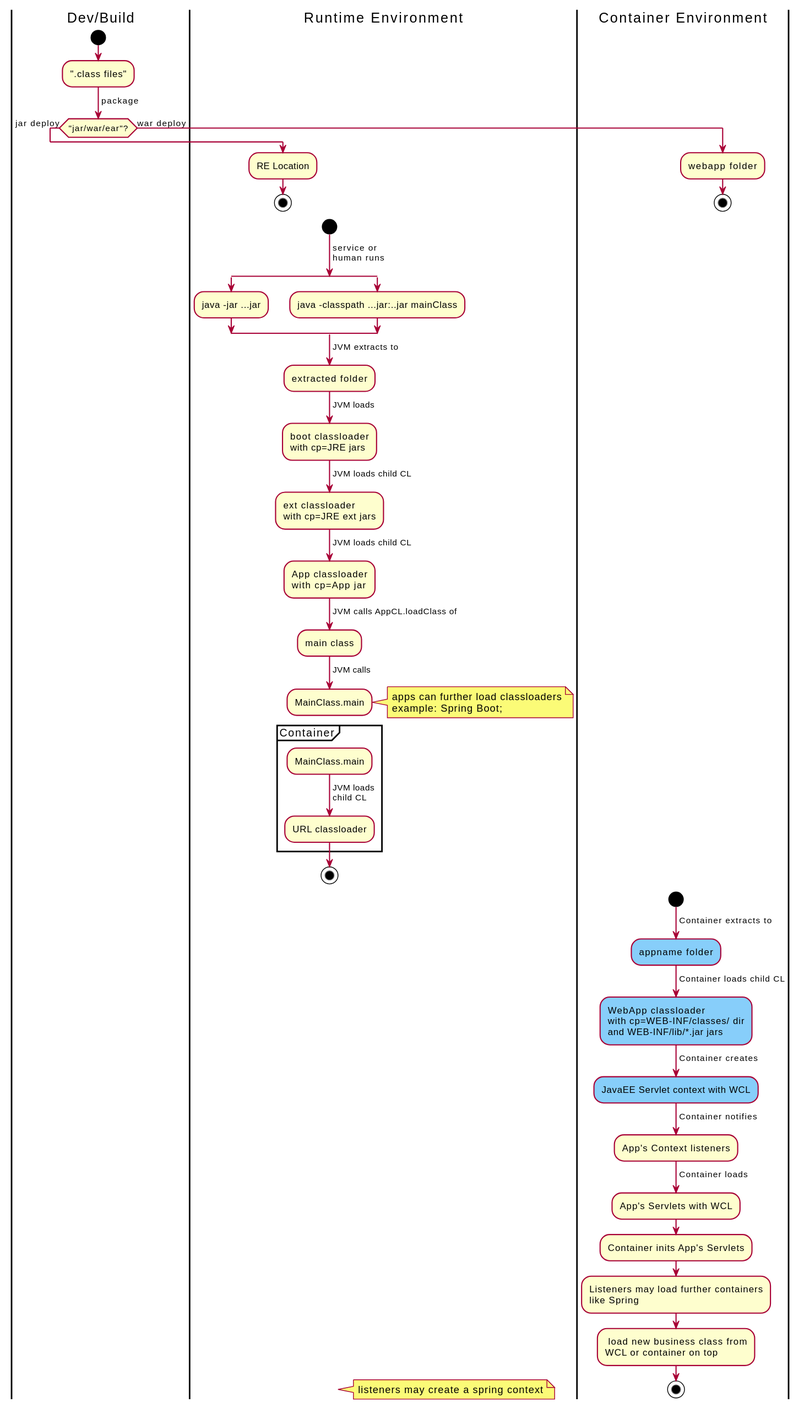
This is diys/diagrams/bootstrapwithcl.svg from pchethan/diys, a PlantUML export, as it was before one commit.
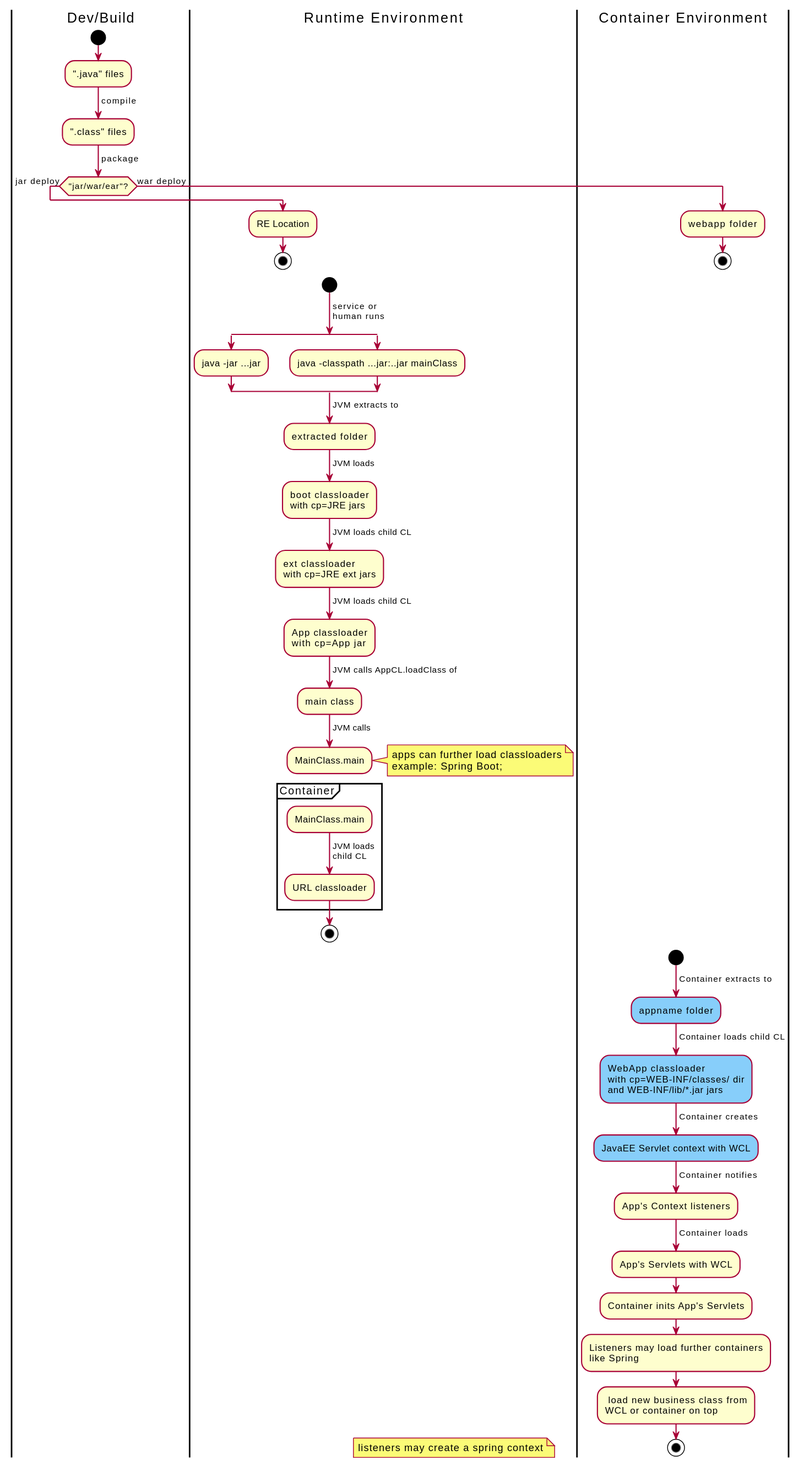
The same diagram one commit later.

Change to the diagram source:
```diff
@@ -4,7 +4,9 @@
 
 |Dev/Build|
 start
-:".class files";
+:".java" files;
+-> compile;
+:".class" files;
 -> package;
 if ("jar/war/ear"?) equals (jar) then
 ->jar deploy;
@@ -80,7 +82,7 @@
 stop
 
 |Runtime Environment|
-note right
+floating note right
 listeners may create a spring context
 end note
 @enduml
```
